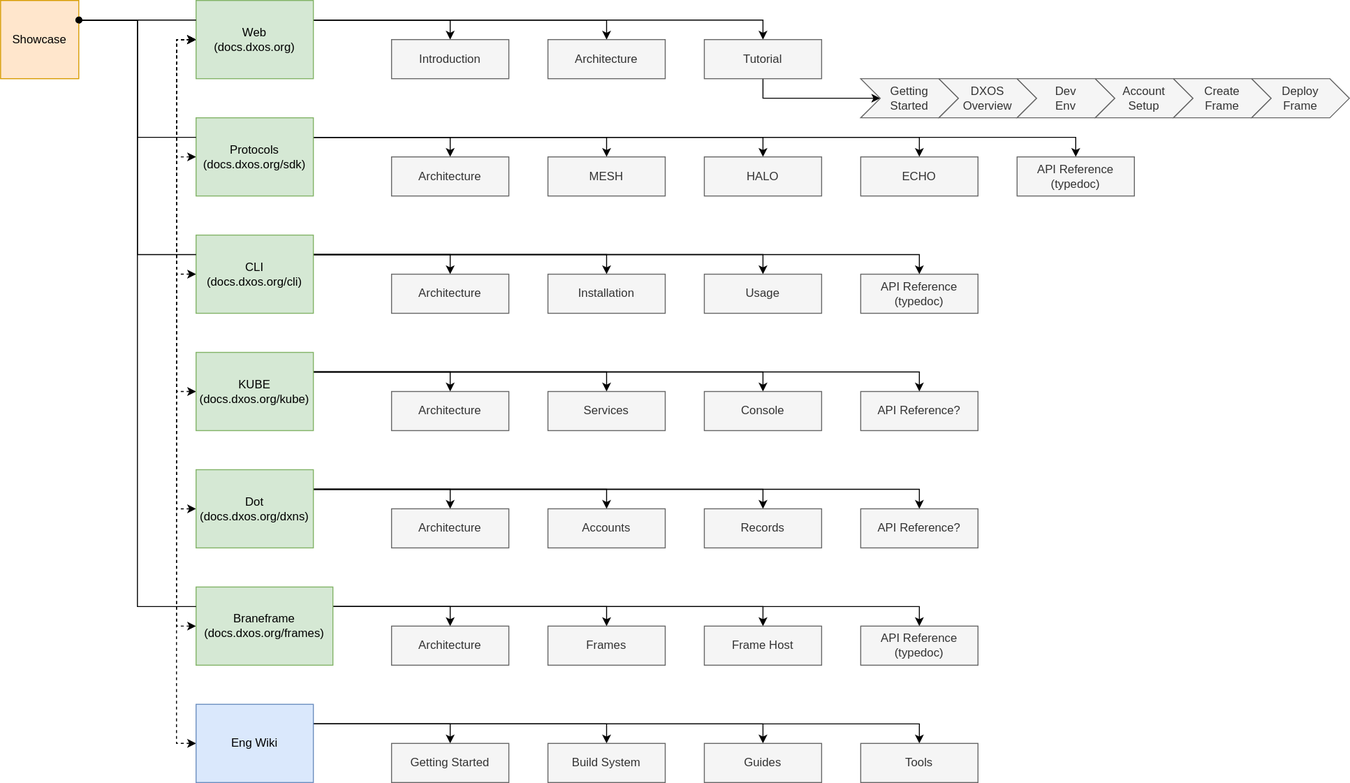
dxos/web keeps this draw.io diagram as docs-structure.svg. Above is the earlier version. Source tidied: cells renumbered, new cells last; positions are measured from the earlier drawing's top-left corner, leaving out a move shared by most shapes.
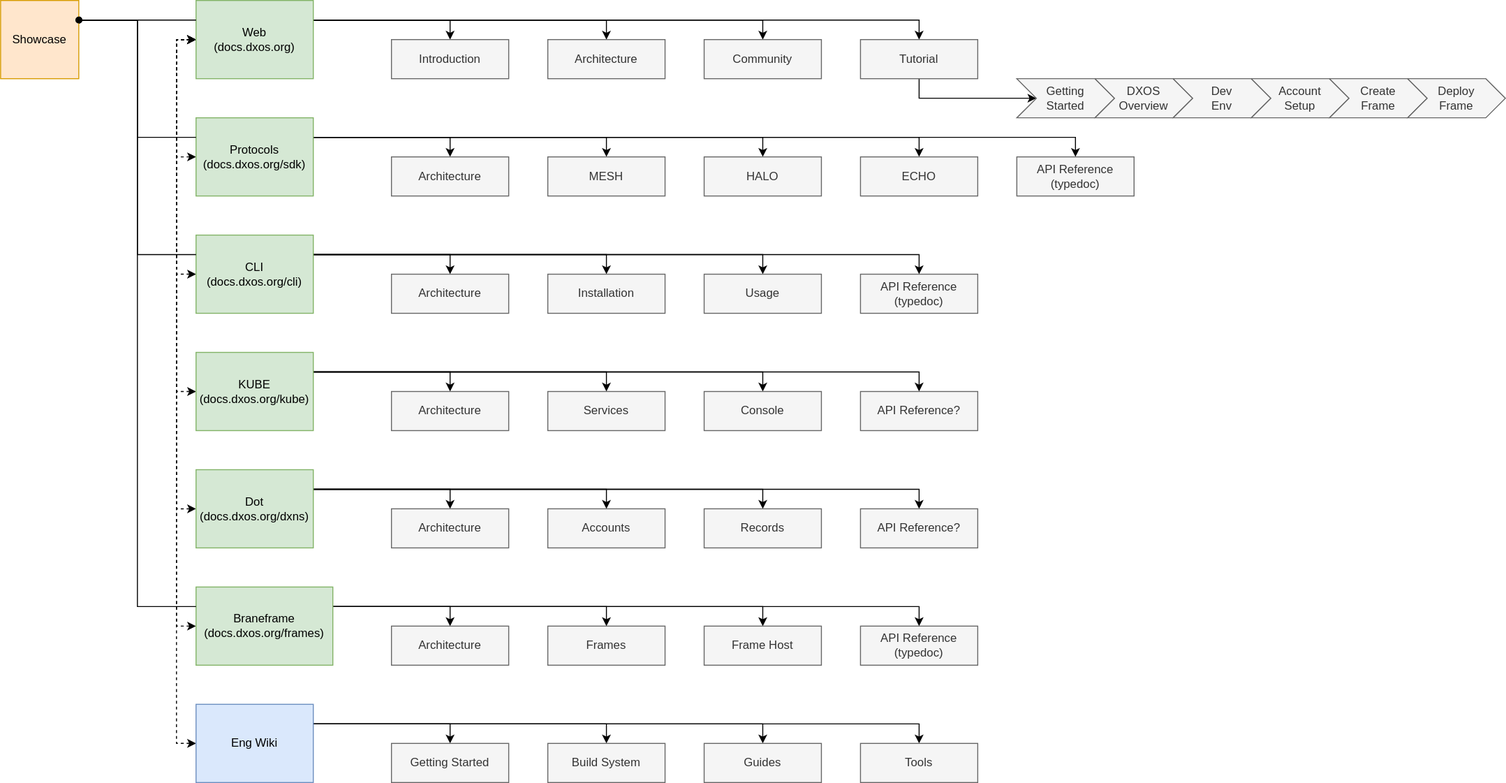
After the commit.

What changed in the source:
```diff
@@ -19,7 +19,7 @@
     <mxCell id="4" style="edgeStyle=orthogonalEdgeStyle;rounded=0;jettySize=auto;html=1;exitX=1;exitY=0.25;exitDx=0;exitDy=0;entryX=0.5;entryY=0;entryDx=0;entryDy=0;" parent="1" edge="1" source="11" target="15">
       <mxGeometry relative="1" as="geometry">
         <Array as="points">
-          <mxPoint x="780" y="20" />
+          <mxPoint x="940" y="20" />
         </Array>
       </mxGeometry>
     </mxCell>
@@ -46,6 +46,9 @@
     <mxCell id="10" style="edgeStyle=orthogonalEdgeStyle;rounded=0;jettySize=auto;html=1;exitX=0;exitY=0.5;exitDx=0;exitDy=0;entryX=0;entryY=0.5;entryDx=0;entryDy=0;dashed=1;startArrow=classic;startFill=1;endArrow=classic;endFill=1;" parent="1" edge="1" source="11" target="56">
       <mxGeometry relative="1" as="geometry" />
     </mxCell>
+    <mxCell id="83" style="edgeStyle=orthogonalEdgeStyle;rounded=0;jettySize=auto;html=1;exitX=1;exitY=0.25;exitDx=0;exitDy=0;entryX=0.5;entryY=0;entryDx=0;entryDy=0;" parent="1" edge="1" source="11" target="84">
+      <mxGeometry relative="1" as="geometry" />
+    </mxCell>
     <mxCell id="11" value="Web&lt;br&gt;(docs.dxos.org)" style="rounded=0;whiteSpace=wrap;html=1;fillColor=#d5e8d4;strokeColor=#82b366;" parent="1" vertex="1">
       <mxGeometry x="200" width="120" height="80" as="geometry" />
     </mxCell>
@@ -59,7 +62,7 @@
       <mxGeometry relative="1" as="geometry" />
     </mxCell>
     <mxCell id="15" value="Tutorial" style="rounded=0;whiteSpace=wrap;html=1;fillColor=#f5f5f5;fontColor=#333333;strokeColor=#666666;" parent="1" vertex="1">
-      <mxGeometry x="720" y="40" width="120" height="40" as="geometry" />
+      <mxGeometry x="880" y="40" width="120" height="40" as="geometry" />
     </mxCell>
     <mxCell id="16" style="edgeStyle=orthogonalEdgeStyle;rounded=0;jettySize=auto;html=1;exitX=1;exitY=0.25;exitDx=0;exitDy=0;entryX=0.5;entryY=0;entryDx=0;entryDy=0;startArrow=none;startFill=0;endArrow=classic;endFill=1;" parent="1" edge="1" source="21" target="42">
       <mxGeometry relative="1" as="geometry" />
@@ -239,22 +242,22 @@
       <mxGeometry x="720" y="520" width="120" height="40" as="geometry" />
     </mxCell>
     <mxCell id="71" value="Getting&lt;br&gt;Started" style="shape=step;perimeter=stepPerimeter;whiteSpace=wrap;html=1;fixedSize=1;fillColor=#f5f5f5;fontColor=#333333;strokeColor=#666666;" parent="1" vertex="1">
-      <mxGeometry x="880" y="80" width="100" height="40" as="geometry" />
+      <mxGeometry x="1040" y="80" width="100" height="40" as="geometry" />
     </mxCell>
     <mxCell id="72" value="DXOS&lt;br&gt;Overview" style="shape=step;perimeter=stepPerimeter;whiteSpace=wrap;html=1;fixedSize=1;fillColor=#f5f5f5;fontColor=#333333;strokeColor=#666666;" parent="1" vertex="1">
-      <mxGeometry x="960" y="80" width="100" height="40" as="geometry" />
+      <mxGeometry x="1120" y="80" width="100" height="40" as="geometry" />
     </mxCell>
     <mxCell id="73" value="Dev&lt;br&gt;Env" style="shape=step;perimeter=stepPerimeter;whiteSpace=wrap;html=1;fixedSize=1;fillColor=#f5f5f5;fontColor=#333333;strokeColor=#666666;" parent="1" vertex="1">
-      <mxGeometry x="1040" y="80" width="100" height="40" as="geometry" />
+      <mxGeometry x="1200" y="80" width="100" height="40" as="geometry" />
     </mxCell>
     <mxCell id="74" value="Account&lt;br&gt;Setup" style="shape=step;perimeter=stepPerimeter;whiteSpace=wrap;html=1;fixedSize=1;fillColor=#f5f5f5;fontColor=#333333;strokeColor=#666666;" parent="1" vertex="1">
-      <mxGeometry x="1120" y="80" width="100" height="40" as="geometry" />
+      <mxGeometry x="1280" y="80" width="100" height="40" as="geometry" />
     </mxCell>
     <mxCell id="75" value="Create&lt;br&gt;Frame" style="shape=step;perimeter=stepPerimeter;whiteSpace=wrap;html=1;fixedSize=1;fillColor=#f5f5f5;fontColor=#333333;strokeColor=#666666;" parent="1" vertex="1">
-      <mxGeometry x="1200" y="80" width="100" height="40" as="geometry" />
+      <mxGeometry x="1360" y="80" width="100" height="40" as="geometry" />
     </mxCell>
     <mxCell id="76" value="Deploy&lt;br&gt;Frame" style="shape=step;perimeter=stepPerimeter;whiteSpace=wrap;html=1;fixedSize=1;fillColor=#f5f5f5;fontColor=#333333;strokeColor=#666666;" parent="1" vertex="1">
-      <mxGeometry x="1280" y="80" width="100" height="40" as="geometry" />
+      <mxGeometry x="1440" y="80" width="100" height="40" as="geometry" />
     </mxCell>
     <mxCell id="77" value="Usage" style="rounded=0;whiteSpace=wrap;html=1;fillColor=#f5f5f5;fontColor=#333333;strokeColor=#666666;" parent="1" vertex="1">
       <mxGeometry x="720" y="280" width="120" height="40" as="geometry" />
@@ -274,5 +277,8 @@
     <mxCell id="82" value="API Reference?" style="rounded=0;whiteSpace=wrap;html=1;fillColor=#f5f5f5;fontColor=#333333;strokeColor=#666666;" parent="1" vertex="1">
       <mxGeometry x="880" y="400" width="120" height="40" as="geometry" />
     </mxCell>
+    <mxCell id="84" value="Community" style="rounded=0;whiteSpace=wrap;html=1;fillColor=#f5f5f5;fontColor=#333333;strokeColor=#666666;" parent="1" vertex="1">
+      <mxGeometry x="720" y="40" width="120" height="40" as="geometry" />
+    </mxCell>
   </root>
 </mxGraphModel>
```
